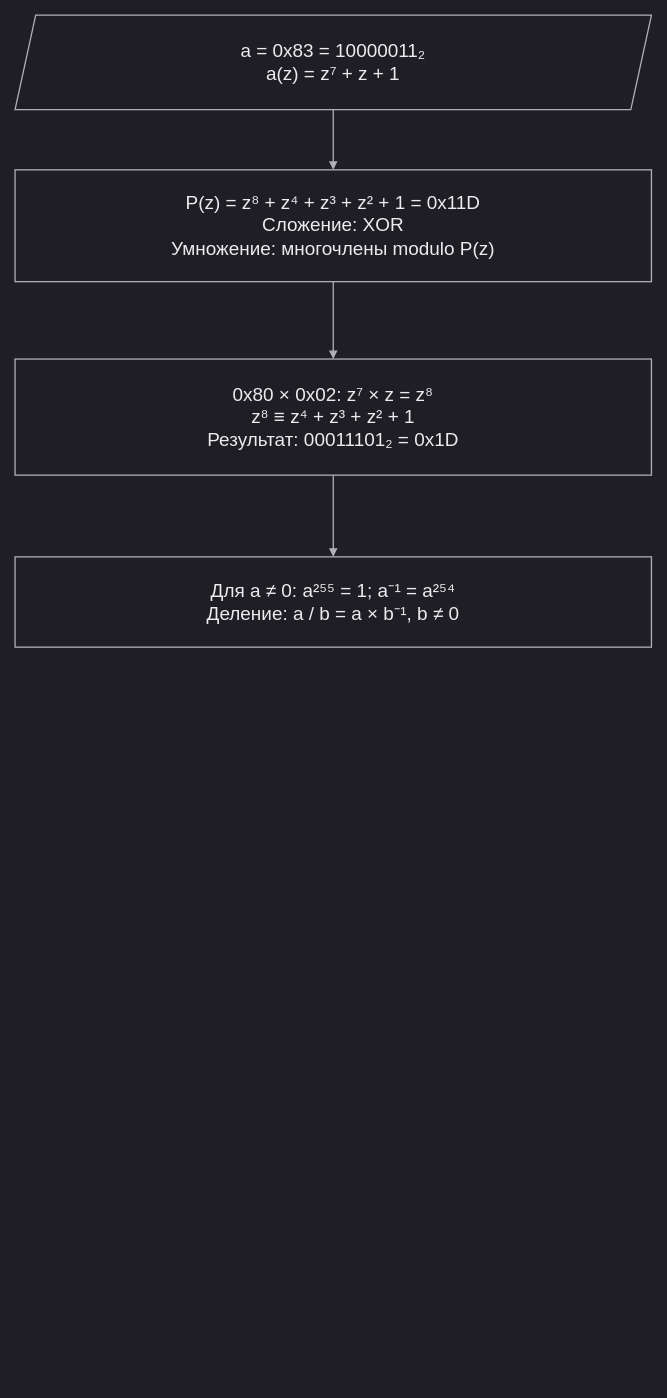
This is page "gf256" (6 of 43) of docs/diagrams.drawio from SM1LEK/TEST, a draw.io file, before an edit. Source tidied: cells renumbered, new cells numbered last; positions are measured from the earlier drawing's top-left corner, leaving out a move shared by most shapes. Both pictures are drawn from the tidied source at 86%, with x=0, y=0 at pixel (15, 15).
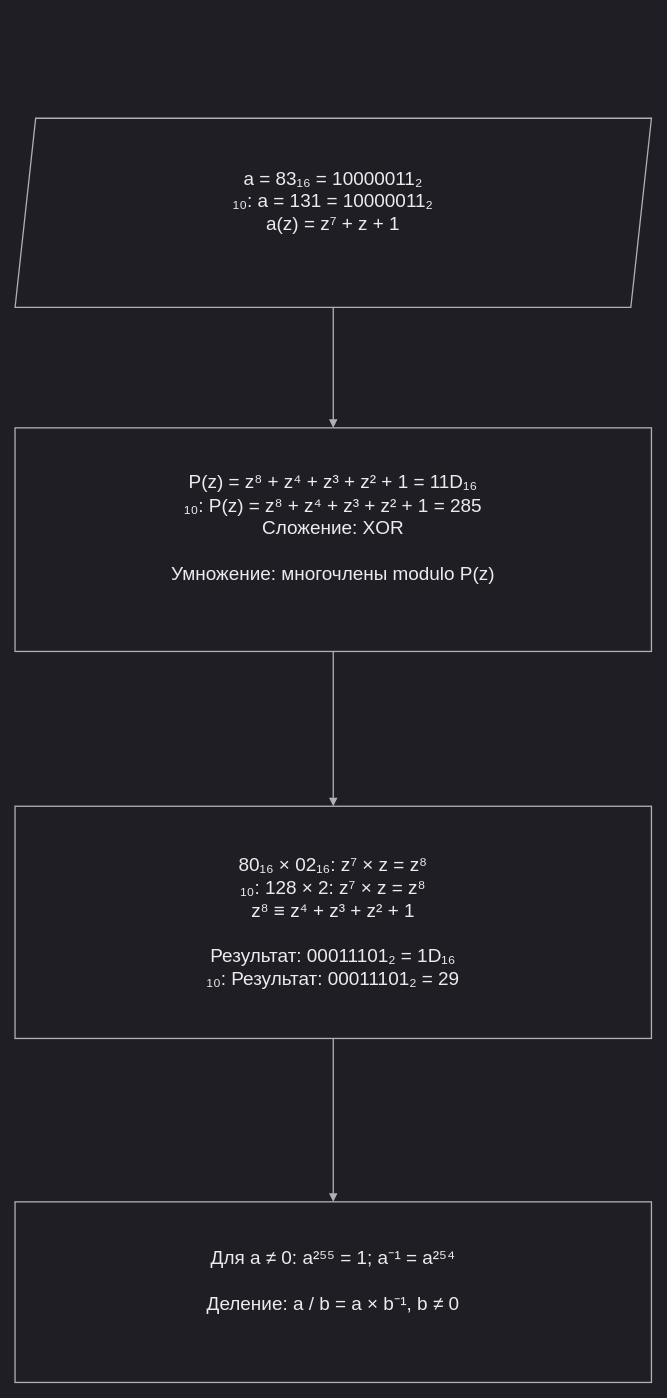
After the change.

Change to the diagram source:
```diff
@@
 <mxGraphModel background="#1f1e24">
   <root>
     <mxCell id="0" />
     <mxCell id="1" parent="0" />
-    <mxCell id="2" value="a = 0x83 = 10000011₂&#10;a(z) = z⁷ + z + 1" style="whiteSpace=wrap;html=0;fontFamily=Arial;fontSize=22;fontColor=#ececef;strokeColor=#b3afb9;fillColor=#1f1e24;strokeWidth=1.5;align=center;verticalAlign=middle;spacing=10;labelBackgroundColor=none;shape=parallelogram;perimeter=parallelogramPerimeter;fixedSize=1;size=24;" parent="1" vertex="1">
-      <mxGeometry width="740" height="110" as="geometry" />
+    <mxCell id="2" value="a = 83₁₆ = 10000011₂&#10;₁₀: a = 131 = 10000011₂&#10;a(z) = z⁷ + z + 1&#10;" style="whiteSpace=wrap;html=0;fontFamily=Arial;fontSize=22;fontColor=#ececef;strokeColor=#b3afb9;fillColor=#1f1e24;strokeWidth=1.5;align=center;verticalAlign=middle;spacing=10;labelBackgroundColor=none;shape=parallelogram;perimeter=parallelogramPerimeter;fixedSize=1;size=24;" parent="1" vertex="1">
+      <mxGeometry y="120" width="740" height="220" as="geometry" />
     </mxCell>
-    <mxCell id="3" value="P(z) = z⁸ + z⁴ + z³ + z² + 1 = 0x11D&#10;Сложение: XOR&#10;Умножение: многочлены modulo P(z)" style="whiteSpace=wrap;html=0;fontFamily=Arial;fontSize=22;fontColor=#ececef;strokeColor=#b3afb9;fillColor=#1f1e24;strokeWidth=1.5;align=center;verticalAlign=middle;spacing=10;labelBackgroundColor=none;rounded=0;" parent="1" vertex="1">
-      <mxGeometry y="180" width="740" height="130" as="geometry" />
+    <mxCell id="3" value="P(z) = z⁸ + z⁴ + z³ + z² + 1 = 11D₁₆&#10;₁₀: P(z) = z⁸ + z⁴ + z³ + z² + 1 = 285&#10;Сложение: XOR&#10;&#10;Умножение: многочлены modulo P(z)&#10;" style="whiteSpace=wrap;html=0;fontFamily=Arial;fontSize=22;fontColor=#ececef;strokeColor=#b3afb9;fillColor=#1f1e24;strokeWidth=1.5;align=center;verticalAlign=middle;spacing=10;labelBackgroundColor=none;rounded=0;" parent="1" vertex="1">
+      <mxGeometry y="480" width="740" height="260" as="geometry" />
     </mxCell>
     <mxCell id="4" style="edgeStyle=none;rounded=0;html=0;strokeColor=#b3afb9;strokeWidth=1.5;endArrow=block;endFill=1;exitX=0.5;exitY=1;entryX=0.5;entryY=0;exitPerimeter=1;entryPerimeter=1;dashed=0;" parent="1" edge="1" source="2" target="3">
       <mxGeometry relative="1" as="geometry" />
     </mxCell>
-    <mxCell id="5" value="0x80 × 0x02: z⁷ × z = z⁸&#10;z⁸ ≡ z⁴ + z³ + z² + 1&#10;Результат: 00011101₂ = 0x1D" style="whiteSpace=wrap;html=0;fontFamily=Arial;fontSize=22;fontColor=#ececef;strokeColor=#b3afb9;fillColor=#1f1e24;strokeWidth=1.5;align=center;verticalAlign=middle;spacing=10;labelBackgroundColor=none;rounded=0;" parent="1" vertex="1">
-      <mxGeometry y="400" width="740" height="135" as="geometry" />
+    <mxCell id="5" value="80₁₆ × 02₁₆: z⁷ × z = z⁸&#10;₁₀: 128 × 2: z⁷ × z = z⁸&#10;z⁸ ≡ z⁴ + z³ + z² + 1&#10;&#10;Результат: 00011101₂ = 1D₁₆&#10;₁₀: Результат: 00011101₂ = 29" style="whiteSpace=wrap;html=0;fontFamily=Arial;fontSize=22;fontColor=#ececef;strokeColor=#b3afb9;fillColor=#1f1e24;strokeWidth=1.5;align=center;verticalAlign=middle;spacing=10;labelBackgroundColor=none;rounded=0;" parent="1" vertex="1">
+      <mxGeometry y="920" width="740" height="270" as="geometry" />
     </mxCell>
     <mxCell id="6" style="edgeStyle=none;rounded=0;html=0;strokeColor=#b3afb9;strokeWidth=1.5;endArrow=block;endFill=1;exitX=0.5;exitY=1;entryX=0.5;entryY=0;exitPerimeter=1;entryPerimeter=1;dashed=0;" parent="1" edge="1" source="3" target="5">
       <mxGeometry relative="1" as="geometry" />
     </mxCell>
-    <mxCell id="7" value="Для a ≠ 0: a²⁵⁵ = 1; a⁻¹ = a²⁵⁴&#10;Деление: a / b = a × b⁻¹, b ≠ 0" style="whiteSpace=wrap;html=0;fontFamily=Arial;fontSize=22;fontColor=#ececef;strokeColor=#b3afb9;fillColor=#1f1e24;strokeWidth=1.5;align=center;verticalAlign=middle;spacing=10;labelBackgroundColor=none;rounded=0;" parent="1" vertex="1">
-      <mxGeometry y="630" width="740" height="105" as="geometry" />
+    <mxCell id="7" value="Для a ≠ 0: a²⁵⁵ = 1; a⁻¹ = a²⁵⁴&#10;&#10;Деление: a / b = a × b⁻¹, b ≠ 0&#10;" style="whiteSpace=wrap;html=0;fontFamily=Arial;fontSize=22;fontColor=#ececef;strokeColor=#b3afb9;fillColor=#1f1e24;strokeWidth=1.5;align=center;verticalAlign=middle;spacing=10;labelBackgroundColor=none;rounded=0;" parent="1" vertex="1">
+      <mxGeometry y="1380" width="740" height="210" as="geometry" />
     </mxCell>
     <mxCell id="8" style="edgeStyle=none;rounded=0;html=0;strokeColor=#b3afb9;strokeWidth=1.5;endArrow=block;endFill=1;exitX=0.5;exitY=1;entryX=0.5;entryY=0;exitPerimeter=1;entryPerimeter=1;dashed=0;" parent="1" edge="1" source="5" target="7">
       <mxGeometry relative="1" as="geometry" />
     </mxCell>
   </root>
 </mxGraphModel>
```
